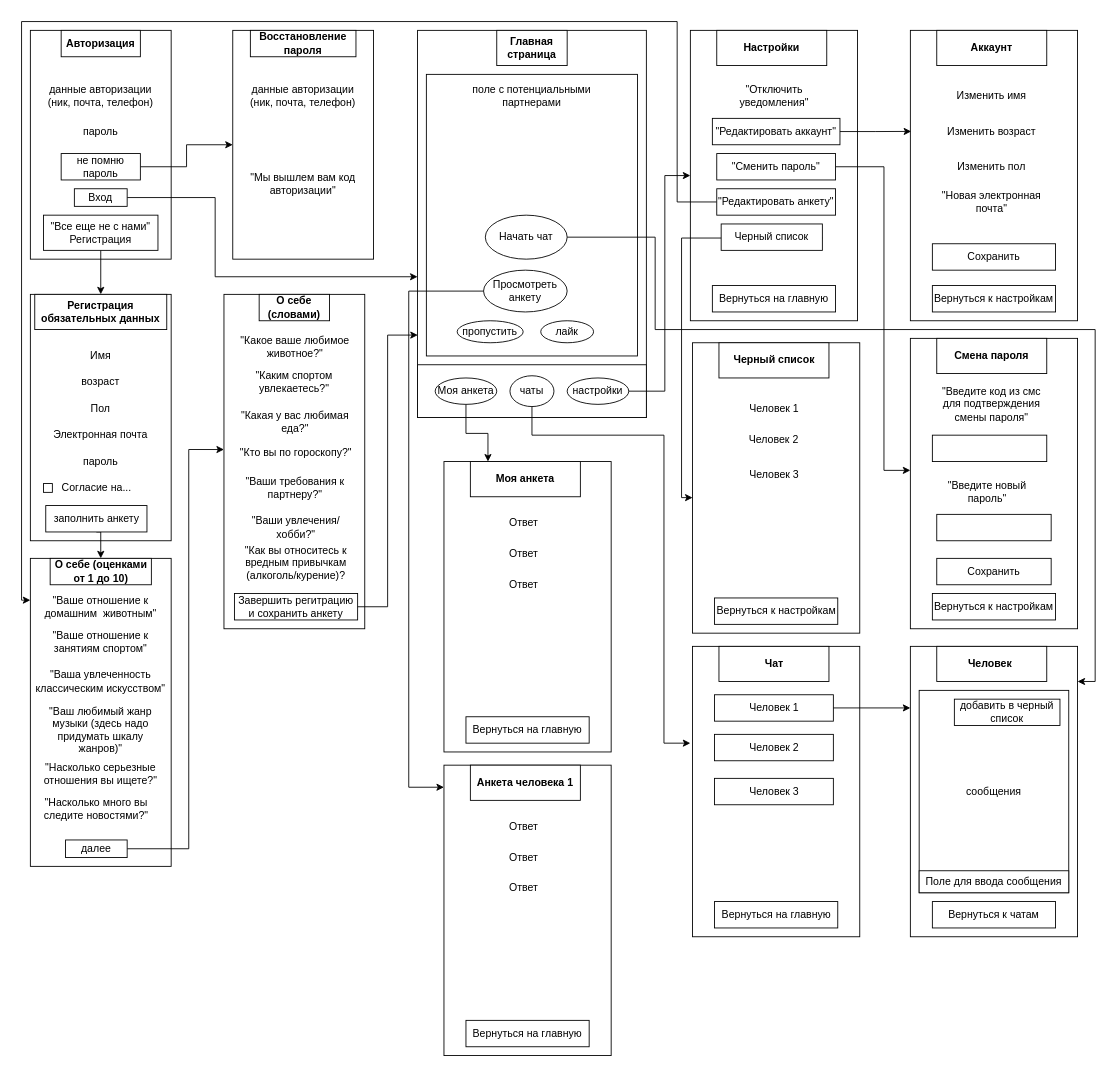
The draw.io diagram Копия Карта приложения.drawio in OskarGaliullin231-329/tinder-analog, before the edit. Source tidied: cells renumbered, new cells numbered last; positions are measured from the earlier drawing's top-left corner, leaving out a move shared by most shapes. Both pictures are drawn from the tidied source at 88%, with x=0, y=0 at pixel (21, 21).
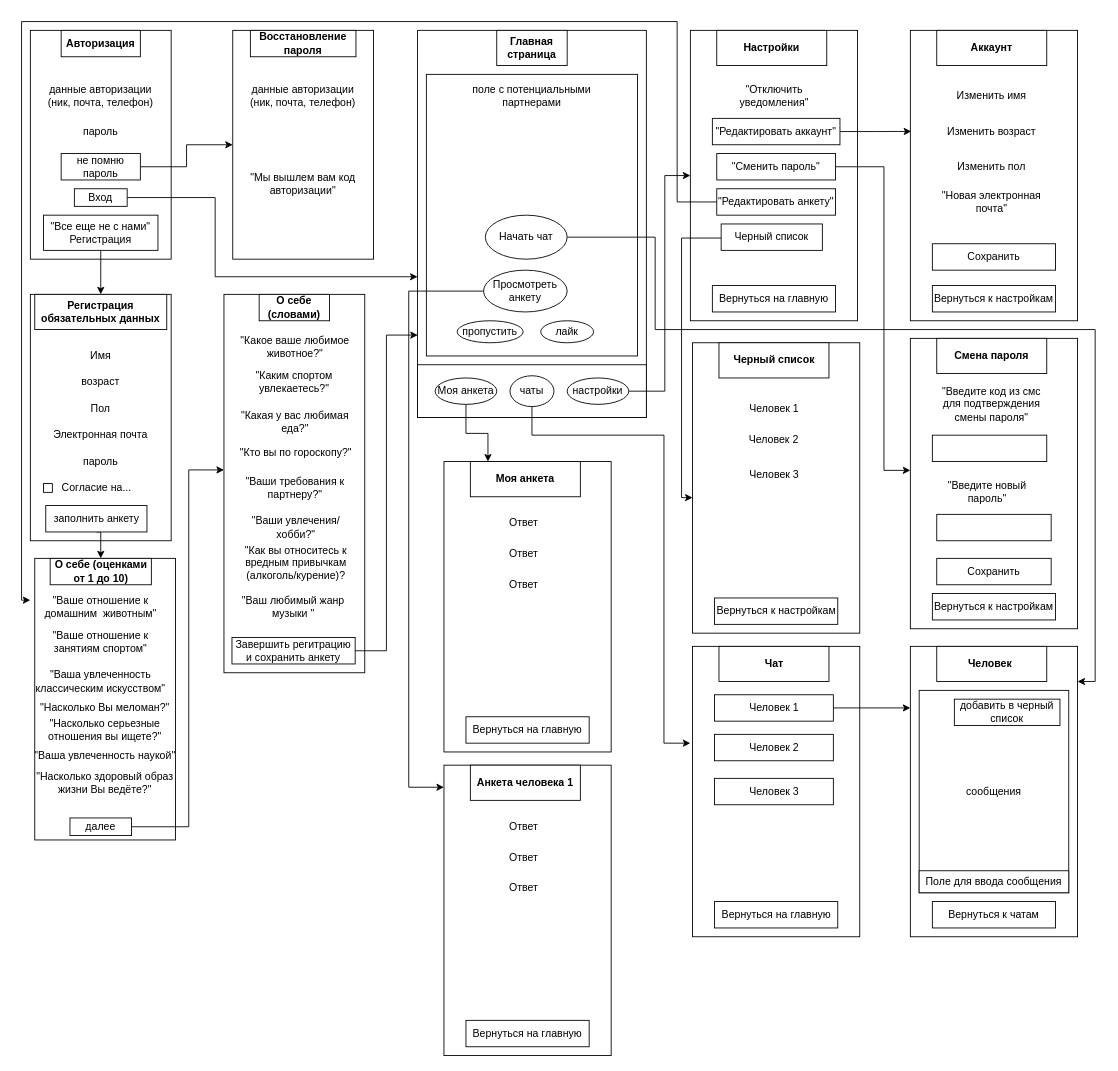
The same diagram, later.

Change to the diagram source:
```diff
@@
     <mxCell id="21" style="rounded=0;whiteSpace=wrap;html=1;" parent="1" vertex="1">
-      <mxGeometry x="230" y="310" width="160" height="380" as="geometry" />
+      <mxGeometry x="230" y="310" width="160" height="430" as="geometry" />
     </mxCell>
@@
     <mxCell id="31" value="Завершить регитрацию и сохранить анкету" style="rounded=0;whiteSpace=wrap;html=1;" parent="1" vertex="1">
-      <mxGeometry x="241.9" y="650" width="140" height="30" as="geometry" />
+      <mxGeometry x="239.1" y="700" width="140" height="30" as="geometry" />
     </mxCell>
     <mxCell id="32" style="rounded=0;whiteSpace=wrap;html=1;" parent="1" vertex="1">
-      <mxGeometry x="10" y="610" width="160" height="350" as="geometry" />
+      <mxGeometry x="15" y="610" width="160" height="320" as="geometry" />
     </mxCell>
@@
     <mxCell id="35" style="edgeStyle=orthogonalEdgeStyle;rounded=0;jettySize=auto;html=1;exitX=1;exitY=0.5;exitDx=0;exitDy=0;entryX=0;entryY=0.464;entryDx=0;entryDy=0;entryPerimeter=0;" parent="1" edge="1" source="36" target="21">
       <mxGeometry relative="1" as="geometry">
         <Array as="points">
-          <mxPoint x="190" y="940" />
-          <mxPoint x="190" y="486" />
+          <mxPoint x="190" y="915" />
+          <mxPoint x="190" y="510" />
+          <mxPoint x="230" y="510" />
         </Array>
       </mxGeometry>
     </mxCell>
     <mxCell id="36" value="далее" style="rounded=0;whiteSpace=wrap;html=1;" parent="1" vertex="1">
-      <mxGeometry x="50" y="930" width="70" height="20" as="geometry" />
+      <mxGeometry x="55" y="905" width="70" height="20" as="geometry" />
     </mxCell>
@@
-    <mxCell id="40" value="&quot;Ваш любимый жанр музыки (здесь надо придумать шкалу жанров)&quot;" style="text;html=1;strokeColor=none;fillColor=none;align=center;verticalAlign=middle;whiteSpace=wrap;rounded=0;" parent="1" vertex="1">
-      <mxGeometry x="20" y="780" width="140" height="50" as="geometry" />
-    </mxCell>
     <mxCell id="41" value="&quot;Насколько серьезные отношения вы ищете?&quot;" style="text;html=1;strokeColor=none;fillColor=none;align=center;verticalAlign=middle;whiteSpace=wrap;rounded=0;" parent="1" vertex="1">
-      <mxGeometry x="20" y="840" width="140" height="30" as="geometry" />
+      <mxGeometry x="25" y="790" width="140" height="30" as="geometry" />
     </mxCell>
@@
-    <mxCell id="44" value="&quot;Насколько много вы следите новостями?&quot;" style="text;html=1;strokeColor=none;fillColor=none;align=center;verticalAlign=middle;whiteSpace=wrap;rounded=0;" parent="1" vertex="1">
-      <mxGeometry x="20" y="880" width="130" height="30" as="geometry" />
-    </mxCell>
@@
+    <mxCell id="124" value="&quot;Насколько Вы меломан?&quot;" style="text;html=1;strokeColor=none;fillColor=none;align=center;verticalAlign=middle;whiteSpace=wrap;rounded=0;" parent="1" vertex="1">
+      <mxGeometry x="10" y="765" width="170" height="30" as="geometry" />
+    </mxCell>
+    <mxCell id="125" value="&quot;Ваша увлеченность наукой&quot;" style="text;html=1;strokeColor=none;fillColor=none;align=center;verticalAlign=middle;whiteSpace=wrap;rounded=0;" parent="1" vertex="1">
+      <mxGeometry x="10" y="820" width="170" height="30" as="geometry" />
+    </mxCell>
+    <mxCell id="126" value="&quot;Насколько здоровый образ жизни Вы ведёте?&quot;" style="text;html=1;strokeColor=none;fillColor=none;align=center;verticalAlign=middle;whiteSpace=wrap;rounded=0;" parent="1" vertex="1">
+      <mxGeometry x="10" y="850" width="170" height="30" as="geometry" />
+    </mxCell>
+    <mxCell id="127" value="&quot;Ваш любимый жанр музыки &quot;" style="text;html=1;strokeColor=none;fillColor=none;align=center;verticalAlign=middle;whiteSpace=wrap;rounded=0;" parent="1" vertex="1">
+      <mxGeometry x="239.1" y="640" width="140" height="50" as="geometry" />
+    </mxCell>
```
